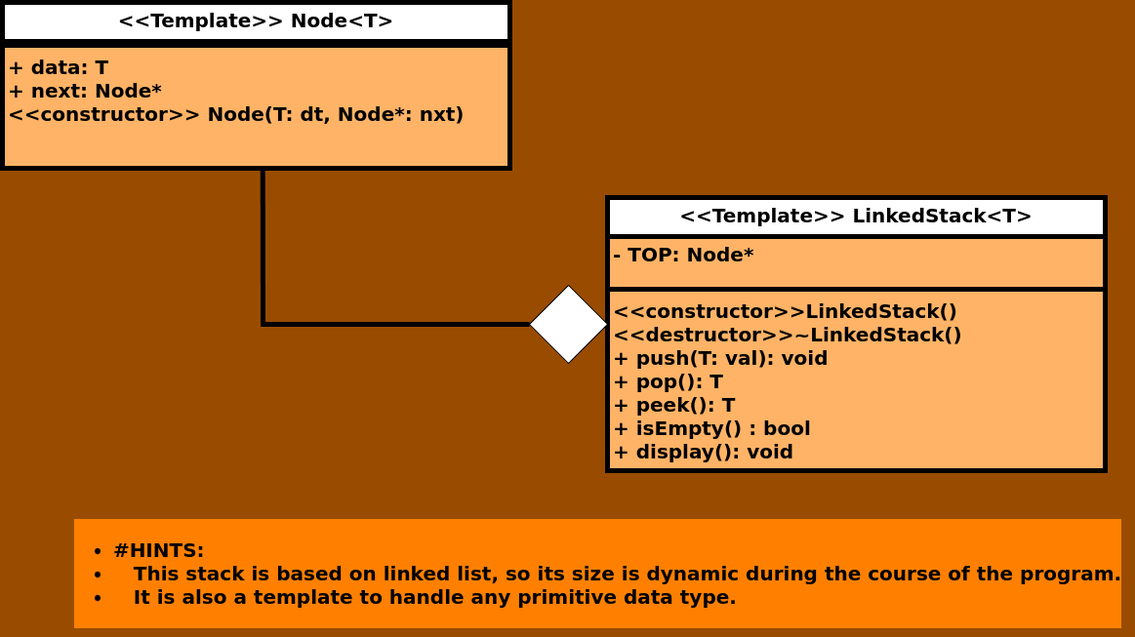
Alsayed-Aldkhakhni/CPP keeps this draw.io diagram as DataStructures/Stack/StackBasedList/classDiagram.png. Above is the earlier version. Source tidied: cells renumbered, new cells last; positions are measured from the earlier drawing's top-left corner, leaving out a move shared by most shapes.
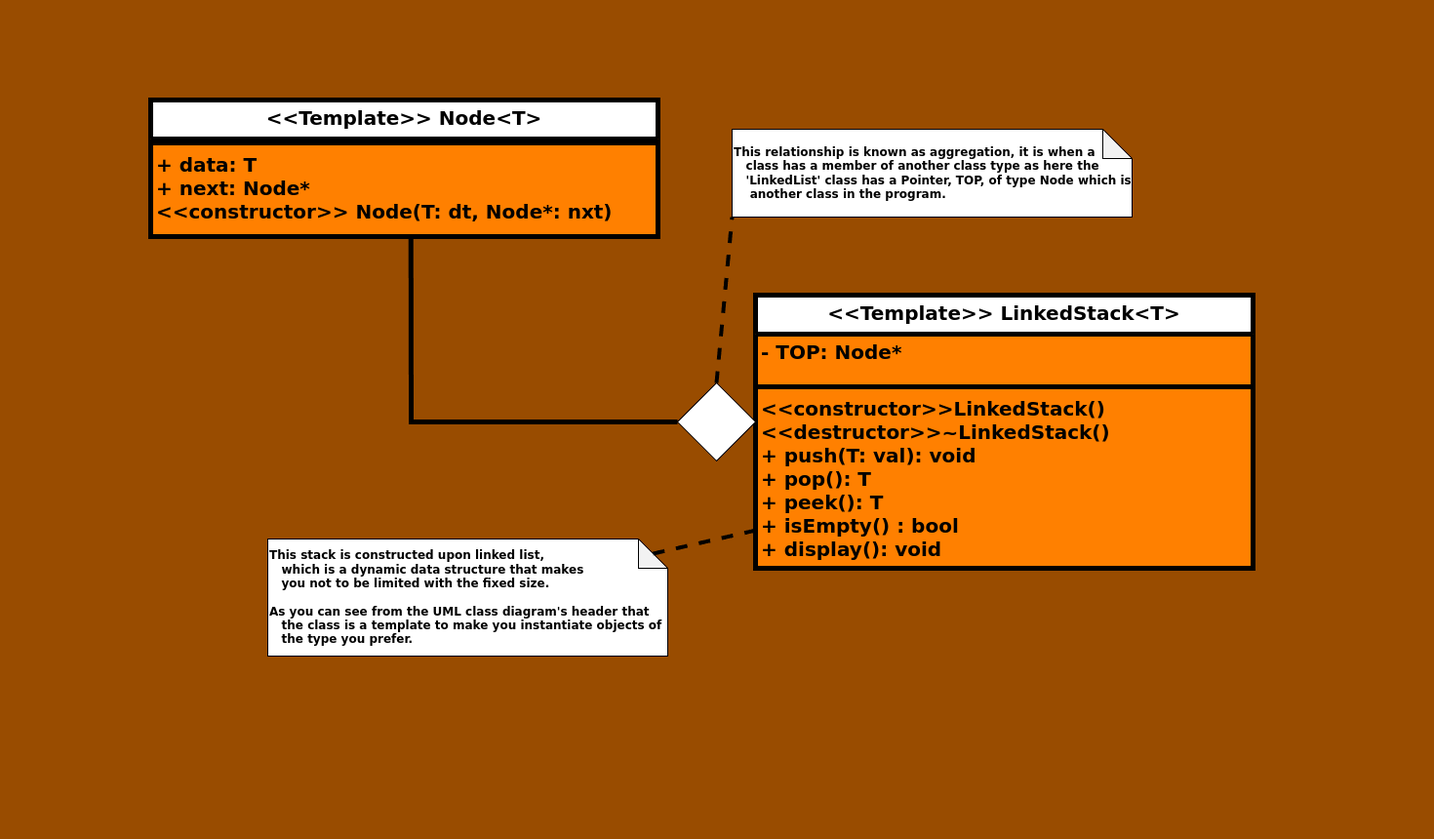
The same file after the commit.

Commit message:
UML class diagram, edited.

Diff of the diagram source:
```diff
@@ -2,11 +2,8 @@
   <root>
     <mxCell id="0" />
     <mxCell id="1" parent="0" />
-    <mxCell id="2" value="&lt;div style=&quot;font-size: 20px;&quot;&gt;&lt;ul&gt;&lt;li style=&quot;text-align: left;&quot;&gt;&lt;b&gt;#HINTS:&lt;/b&gt;&lt;/li&gt;&lt;li style=&quot;text-align: left;&quot;&gt;&lt;b&gt;&amp;nbsp; &amp;nbsp;This stack is based on linked list, so its size is dynamic during the course of the program.&lt;/b&gt;&lt;/li&gt;&lt;li style=&quot;text-align: left;&quot;&gt;&lt;b&gt;&amp;nbsp; &amp;nbsp;It is also a template to handle any primitive data type.&lt;/b&gt;&lt;br&gt;&lt;/li&gt;&lt;/ul&gt;&lt;/div&gt;" style="text;html=1;align=center;verticalAlign=middle;strokeColor=none;fillColor=none;labelBackgroundColor=#FF8000;" parent="1" vertex="1">
-      <mxGeometry x="60" y="520" width="1100" height="130" as="geometry" />
-    </mxCell>
-    <mxCell id="3" value="&amp;lt;&amp;lt;Template&amp;gt;&amp;gt; Node&amp;lt;T&amp;gt;" style="swimlane;fontStyle=1;align=center;verticalAlign=top;horizontal=1;startSize=40;whiteSpace=wrap;html=1;fontSize=20;strokeWidth=5;swimlaneFillColor=#FFB366;" parent="1" vertex="1">
-      <mxGeometry width="520" height="170" as="geometry" />
+    <mxCell id="3" value="&amp;lt;&amp;lt;Template&amp;gt;&amp;gt; Node&amp;lt;T&amp;gt;" style="swimlane;fontStyle=1;align=center;verticalAlign=top;horizontal=1;startSize=40;whiteSpace=wrap;html=1;fontSize=20;strokeWidth=5;swimlaneFillColor=#FF8000;" parent="1" vertex="1">
+      <mxGeometry width="520" height="140" as="geometry" />
     </mxCell>
     <mxCell id="4" value="&lt;div style=&quot;font-size: 20px;&quot;&gt;&lt;br&gt;&lt;/div&gt;" style="text;strokeColor=none;fillColor=none;align=left;verticalAlign=top;spacingLeft=4;spacingRight=4;overflow=hidden;whiteSpace=wrap;html=1;fontStyle=1;fontSize=20;" parent="3" vertex="1">
       <mxGeometry y="40" width="520" as="geometry" />
@@ -15,9 +12,9 @@
       <mxGeometry y="40" width="520" height="8" as="geometry" />
     </mxCell>
     <mxCell id="6" value="&lt;div&gt;&lt;div&gt;+ data: T&lt;/div&gt;&lt;div&gt;+ next: Node*&lt;/div&gt;&lt;/div&gt;&lt;div&gt;&amp;lt;&amp;lt;constructor&amp;gt;&amp;gt; Node(T: dt, Node*: nxt)&lt;/div&gt;&lt;div&gt;&lt;br&gt;&lt;/div&gt;" style="text;strokeColor=none;fillColor=none;align=left;verticalAlign=top;spacingLeft=4;spacingRight=4;overflow=hidden;points=[[0,0.5],[1,0.5]];portConstraint=eastwest;whiteSpace=wrap;html=1;fontStyle=1;fontSize=20;" parent="3" vertex="1">
-      <mxGeometry y="48" width="520" height="122" as="geometry" />
+      <mxGeometry y="48" width="520" height="92" as="geometry" />
     </mxCell>
-    <mxCell id="7" value="&amp;lt;&amp;lt;Template&amp;gt;&amp;gt; LinkedStack&amp;lt;T&amp;gt;" style="swimlane;fontStyle=1;align=center;verticalAlign=top;horizontal=1;startSize=40;whiteSpace=wrap;html=1;fontSize=20;strokeWidth=5;swimlaneFillColor=#FFB366;" parent="1" vertex="1">
+    <mxCell id="7" value="&amp;lt;&amp;lt;Template&amp;gt;&amp;gt; LinkedStack&amp;lt;T&amp;gt;" style="swimlane;fontStyle=1;align=center;verticalAlign=top;horizontal=1;startSize=40;whiteSpace=wrap;html=1;fontSize=20;strokeWidth=5;swimlaneFillColor=#FF8000;" parent="1" vertex="1">
       <mxGeometry x="620" y="200" width="510" height="280" as="geometry" />
     </mxCell>
     <mxCell id="8" value="- TOP: Node*" style="text;strokeColor=none;fillColor=none;align=left;verticalAlign=top;spacingLeft=4;spacingRight=4;overflow=hidden;whiteSpace=wrap;html=1;fontStyle=1;fontSize=20;" parent="7" vertex="1">
@@ -39,5 +36,32 @@
     <mxCell id="12" style="rhombus;whiteSpace=wrap;html=1;" parent="1" vertex="1">
       <mxGeometry x="540" y="290" width="80" height="80" as="geometry" />
     </mxCell>
+    <mxCell id="13" value="&amp;nbsp;" style="text;html=1;align=center;verticalAlign=middle;strokeColor=none;fillColor=none;" parent="1" vertex="1">
+      <mxGeometry x="-154" y="228" width="30" height="30" as="geometry" />
+    </mxCell>
+    <mxCell id="14" value="&amp;nbsp;" style="text;html=1;align=center;verticalAlign=middle;strokeColor=none;fillColor=none;" parent="1" vertex="1">
+      <mxGeometry x="606" y="-102" width="30" height="30" as="geometry" />
+    </mxCell>
+    <mxCell id="15" value="&amp;nbsp;" style="text;html=1;align=center;verticalAlign=middle;strokeColor=none;fillColor=none;" parent="1" vertex="1">
+      <mxGeometry x="1286" y="258" width="30" height="30" as="geometry" />
+    </mxCell>
+    <mxCell id="16" value="&amp;nbsp;" style="text;html=1;align=center;verticalAlign=middle;strokeColor=none;fillColor=none;" parent="1" vertex="1">
+      <mxGeometry x="566" y="728" width="30" height="30" as="geometry" />
+    </mxCell>
+    <mxCell id="17" value="&lt;font style=&quot;font-size: 12px;&quot;&gt;&lt;b&gt;This stack is constructed upon linked list,&amp;nbsp;&lt;/b&gt;&lt;/font&gt;&lt;div&gt;&lt;font style=&quot;font-size: 12px;&quot;&gt;&lt;b&gt;&amp;nbsp; &amp;nbsp;which&amp;nbsp;&lt;/b&gt;&lt;/font&gt;&lt;b style=&quot;background-color: initial;&quot;&gt;is a dynamic data structure that makes&lt;/b&gt;&lt;/div&gt;&lt;div&gt;&lt;b style=&quot;background-color: initial;&quot;&gt;&amp;nbsp; &amp;nbsp;you not to be limited with the fixed size.&lt;/b&gt;&lt;/div&gt;&lt;div&gt;&lt;b style=&quot;background-color: initial;&quot;&gt;&lt;br&gt;&lt;/b&gt;&lt;/div&gt;&lt;div&gt;&lt;b style=&quot;background-color: initial;&quot;&gt;As you can see from the UML class diagram's header that&amp;nbsp; &amp;nbsp; &amp;nbsp; &amp;nbsp;the class is a template to make you instantiate objects of&amp;nbsp; &amp;nbsp; &amp;nbsp;the type you prefer.&lt;/b&gt;&lt;/div&gt;" style="shape=note;whiteSpace=wrap;html=1;backgroundOutline=1;darkOpacity=0.05;align=left;" parent="1" vertex="1">
+      <mxGeometry x="120" y="450" width="410" height="120" as="geometry" />
+    </mxCell>
+    <mxCell id="18" style="endArrow=none;dashed=1;html=1;rounded=0;entryX=0.001;entryY=0.786;entryDx=0;entryDy=0;entryPerimeter=0;exitX=0;exitY=0;exitDx=395;exitDy=15;exitPerimeter=0;strokeWidth=4;" parent="1" edge="1" source="17" target="10">
+      <mxGeometry relative="1" as="geometry" />
+    </mxCell>
+    <mxCell id="19" value="&amp;nbsp;" style="text;html=1;align=center;verticalAlign=middle;strokeColor=none;fillColor=none;" parent="1" vertex="1">
+      <mxGeometry x="-104" y="338" width="30" height="30" as="geometry" />
+    </mxCell>
+    <mxCell id="20" value="&lt;b&gt;This relationship is known as aggregation, it is when a&amp;nbsp; &amp;nbsp; &amp;nbsp; &amp;nbsp; &amp;nbsp; &amp;nbsp;class has a member of another class type as here the&amp;nbsp; &amp;nbsp; &amp;nbsp; &amp;nbsp; &amp;nbsp; &amp;nbsp;'LinkedList' class has a Pointer, TOP, of type Node which is&lt;/b&gt;&lt;div&gt;&lt;b&gt;&amp;nbsp; &amp;nbsp; another class in the program.&lt;/b&gt;&lt;/div&gt;" style="shape=note;whiteSpace=wrap;html=1;backgroundOutline=1;darkOpacity=0.05;align=left;" parent="1" vertex="1">
+      <mxGeometry x="596" y="30" width="410" height="90" as="geometry" />
+    </mxCell>
+    <mxCell id="21" style="endArrow=none;dashed=1;html=1;rounded=0;entryX=0;entryY=1;entryDx=0;entryDy=0;entryPerimeter=0;exitX=0.5;exitY=0;exitDx=0;exitDy=0;strokeWidth=4;" parent="1" edge="1" source="12" target="20">
+      <mxGeometry relative="1" as="geometry" />
+    </mxCell>
   </root>
 </mxGraphModel>
```
